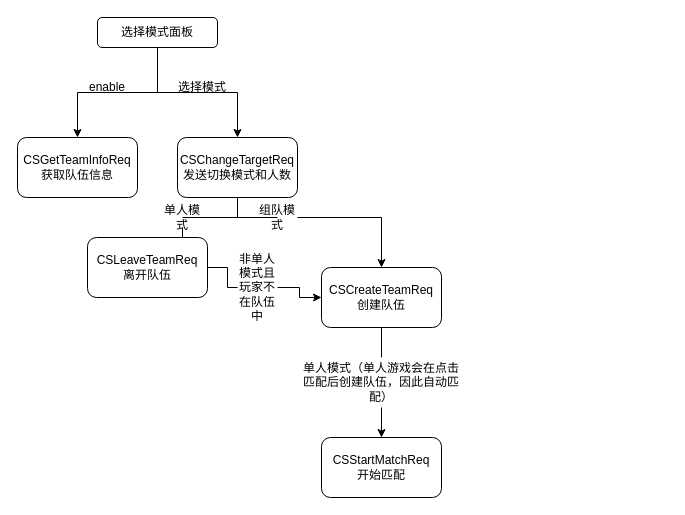
Above: Untitled Diagram.drawio in ultramanseven/1185441734 (draw.io), before the change. Source tidied: cells renumbered, new cells numbered last; positions are measured from the earlier drawing's top-left corner, leaving out a move shared by most shapes. Both pictures are drawn from the tidied source at 100%, with x=0, y=0 at pixel (17, 17).
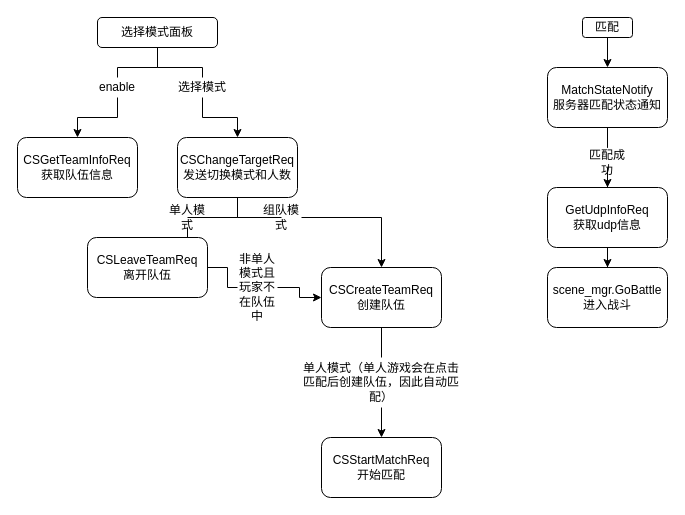
After the change.

The change refers to these unchanged cells:
```xml
<mxCell id="4" value="选择模式面板" style="rounded=1;whiteSpace=wrap;html=1;" parent="1" vertex="1">
  <mxGeometry x="80" width="120" height="30" as="geometry" />
</mxCell>
<mxCell id="5" value="CSGetTeamInfoReq获取队伍信息" style="rounded=1;whiteSpace=wrap;html=1;" parent="1" vertex="1">
  <mxGeometry y="120" width="120" height="60" as="geometry" />
</mxCell>
<mxCell id="9" value="CSChangeTargetReq&lt;br&gt;发送切换模式和人数" style="rounded=1;whiteSpace=wrap;html=1;" parent="1" vertex="1">
  <mxGeometry x="160" y="120" width="120" height="60" as="geometry" />
</mxCell>
```

Change to the diagram source:
```diff
@@
-    <mxCell id="2" style="edgeStyle=orthogonalEdgeStyle;rounded=0;jettySize=auto;html=1;" parent="1" edge="1" source="4" target="5">
+    <mxCell id="2" style="edgeStyle=orthogonalEdgeStyle;rounded=0;jettySize=auto;html=1;startArrow=none;" parent="1" edge="1" source="6" target="5">
       <mxGeometry relative="1" as="geometry" />
     </mxCell>
-    <mxCell id="3" style="edgeStyle=orthogonalEdgeStyle;rounded=0;jettySize=auto;html=1;" parent="1" edge="1" source="4" target="9">
+    <mxCell id="3" style="edgeStyle=orthogonalEdgeStyle;rounded=0;jettySize=auto;html=1;startArrow=none;" parent="1" edge="1" source="10" target="9">
       <mxGeometry relative="1" as="geometry" />
     </mxCell>
@@
-    <mxCell id="6" value="enable" style="text;html=1;strokeColor=none;fillColor=none;align=center;verticalAlign=middle;whiteSpace=wrap;rounded=0;" parent="1" vertex="1">
-      <mxGeometry x="70" y="60" width="40" height="20" as="geometry" />
-    </mxCell>
@@
-    <mxCell id="10" value="选择模式" style="text;html=1;strokeColor=none;fillColor=none;align=center;verticalAlign=middle;whiteSpace=wrap;rounded=0;" parent="1" vertex="1">
-      <mxGeometry x="160" y="60" width="50" height="20" as="geometry" />
-    </mxCell>
@@
     <mxCell id="13" value="单人模式" style="text;html=1;strokeColor=none;fillColor=none;align=center;verticalAlign=middle;whiteSpace=wrap;rounded=0;" parent="1" vertex="1">
-      <mxGeometry x="145" y="190" width="40" height="20" as="geometry" />
+      <mxGeometry x="150" y="190" width="40" height="20" as="geometry" />
     </mxCell>
@@
     <mxCell id="17" value="组队模式" style="text;html=1;strokeColor=none;fillColor=none;align=center;verticalAlign=middle;whiteSpace=wrap;rounded=0;" parent="1" vertex="1">
-      <mxGeometry x="240" y="190" width="40" height="20" as="geometry" />
+      <mxGeometry x="244" y="190" width="40" height="20" as="geometry" />
     </mxCell>
@@
+    <mxCell id="24" style="edgeStyle=orthogonalEdgeStyle;rounded=0;jettySize=auto;html=1;entryX=0.5;entryY=0;entryDx=0;entryDy=0;startArrow=none;" parent="1" edge="1" source="30" target="29">
+      <mxGeometry relative="1" as="geometry" />
+    </mxCell>
+    <mxCell id="25" value="MatchStateNotify&lt;br&gt;服务器匹配状态通知" style="rounded=1;whiteSpace=wrap;html=1;" parent="1" vertex="1">
+      <mxGeometry x="530" y="50" width="120" height="60" as="geometry" />
+    </mxCell>
+    <mxCell id="26" style="edgeStyle=orthogonalEdgeStyle;rounded=0;jettySize=auto;html=1;entryX=0.5;entryY=0;entryDx=0;entryDy=0;" parent="1" edge="1" source="27" target="25">
+      <mxGeometry relative="1" as="geometry" />
+    </mxCell>
+    <mxCell id="27" value="匹配" style="rounded=1;whiteSpace=wrap;html=1;" parent="1" vertex="1">
+      <mxGeometry x="565" width="50" height="20" as="geometry" />
+    </mxCell>
+    <mxCell id="28" style="edgeStyle=orthogonalEdgeStyle;rounded=0;jettySize=auto;html=1;exitX=0.5;exitY=1;exitDx=0;exitDy=0;" parent="1" edge="1" source="29" target="34">
+      <mxGeometry relative="1" as="geometry" />
+    </mxCell>
+    <mxCell id="29" value="GetUdpInfoReq&lt;br&gt;获取udp信息" style="rounded=1;whiteSpace=wrap;html=1;" parent="1" vertex="1">
+      <mxGeometry x="530" y="170" width="120" height="60" as="geometry" />
+    </mxCell>
+    <mxCell id="30" value="匹配成功" style="text;html=1;strokeColor=none;fillColor=none;align=center;verticalAlign=middle;whiteSpace=wrap;rounded=0;" parent="1" vertex="1">
+      <mxGeometry x="570" y="130" width="40" height="30" as="geometry" />
+    </mxCell>
+    <mxCell id="31" style="edgeStyle=orthogonalEdgeStyle;rounded=0;jettySize=auto;html=1;entryX=0.5;entryY=0;entryDx=0;entryDy=0;endArrow=none;" parent="1" edge="1" source="25" target="30">
+      <mxGeometry relative="1" as="geometry" />
+    </mxCell>
+    <mxCell id="10" value="选择模式" style="text;html=1;strokeColor=none;fillColor=none;align=center;verticalAlign=middle;whiteSpace=wrap;rounded=0;" parent="1" vertex="1">
+      <mxGeometry x="160" y="60" width="50" height="20" as="geometry" />
+    </mxCell>
+    <mxCell id="32" style="edgeStyle=orthogonalEdgeStyle;rounded=0;jettySize=auto;html=1;endArrow=none;" parent="1" edge="1" source="4" target="10">
+      <mxGeometry relative="1" as="geometry" />
+    </mxCell>
+    <mxCell id="6" value="enable" style="text;html=1;strokeColor=none;fillColor=none;align=center;verticalAlign=middle;whiteSpace=wrap;rounded=0;" parent="1" vertex="1">
+      <mxGeometry x="80" y="60" width="40" height="20" as="geometry" />
+    </mxCell>
+    <mxCell id="33" style="edgeStyle=orthogonalEdgeStyle;rounded=0;jettySize=auto;html=1;endArrow=none;" parent="1" edge="1" source="4" target="6">
+      <mxGeometry relative="1" as="geometry" />
+    </mxCell>
+    <mxCell id="34" value="scene_mgr.GoBattle&lt;br&gt;进入战斗" style="rounded=1;whiteSpace=wrap;html=1;" parent="1" vertex="1">
+      <mxGeometry x="530" y="250" width="120" height="60" as="geometry" />
+    </mxCell>
```
